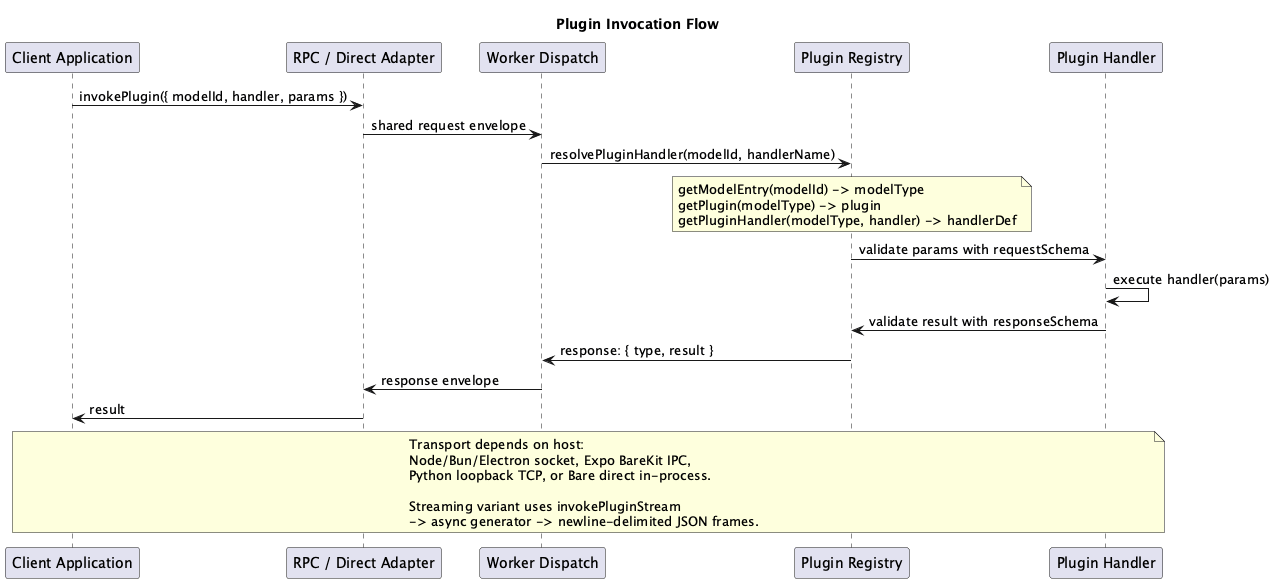
The PlantUML diagram docs/architecture/puml/images/04-plugin-invocation-flow.png in Zbig9000/qvac, before a commit.
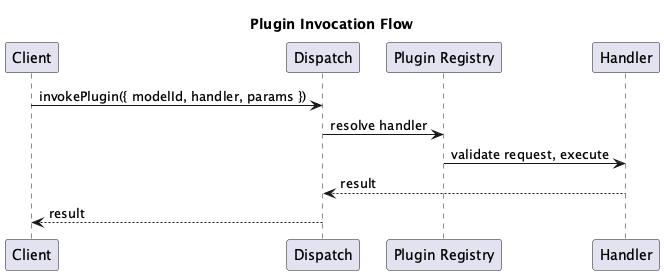
After the change.

The edit, as a diff of the source:
```diff
@@ -1,36 +1,15 @@
 @startuml
 title Plugin Invocation Flow
 
-participant "Client Application" as Client
-participant "RPC / Direct Adapter" as RPC
-participant "Worker Dispatch" as Dispatch
+participant "Client" as Client
+participant "Dispatch" as Dispatch
 participant "Plugin Registry" as PluginReg
-participant "Plugin Handler" as Handler
+participant "Handler" as Handler
 
-Client -> RPC : invokePlugin({ modelId, handler, params })
-RPC -> Dispatch : shared request envelope
-Dispatch -> PluginReg : resolvePluginHandler(modelId, handlerName)
-
-note over PluginReg
-  getModelEntry(modelId) -> modelType
-  getPlugin(modelType) -> plugin
-  getPluginHandler(modelType, handler) -> handlerDef
-end note
-
-PluginReg -> Handler : validate params with requestSchema
-Handler -> Handler : execute handler(params)
-Handler -> PluginReg : validate result with responseSchema
-PluginReg -> Dispatch : response: { type, result }
-Dispatch -> RPC : response envelope
-RPC -> Client : result
-
-note over Client, Handler
-  Transport depends on host:
-  Node/Bun/Electron socket, Expo BareKit IPC,
-  Python loopback TCP, or Bare direct in-process.
-
-  Streaming variant uses invokePluginStream
-  -> async generator -> newline-delimited JSON frames.
-end note
+Client -> Dispatch : invokePlugin({ modelId, handler, params })
+Dispatch -> PluginReg : resolve handler
+PluginReg -> Handler : validate request, execute
+Handler --> Dispatch : result
+Dispatch --> Client : result
 
 @enduml
```
